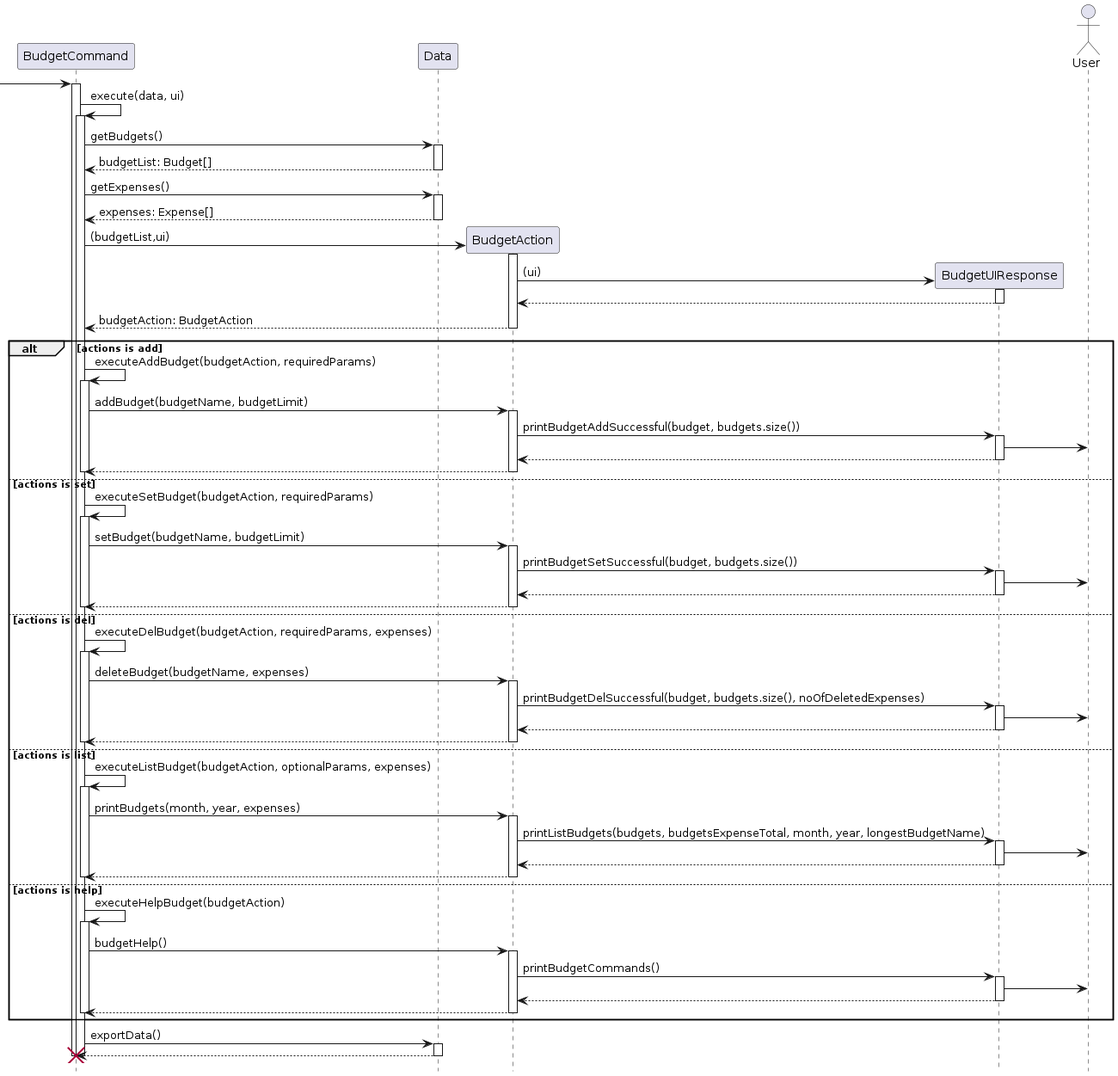
Before: docs/images/BudgetCommandSequence.png, a diagram exported from PlantUML (stephenkyang/tp).
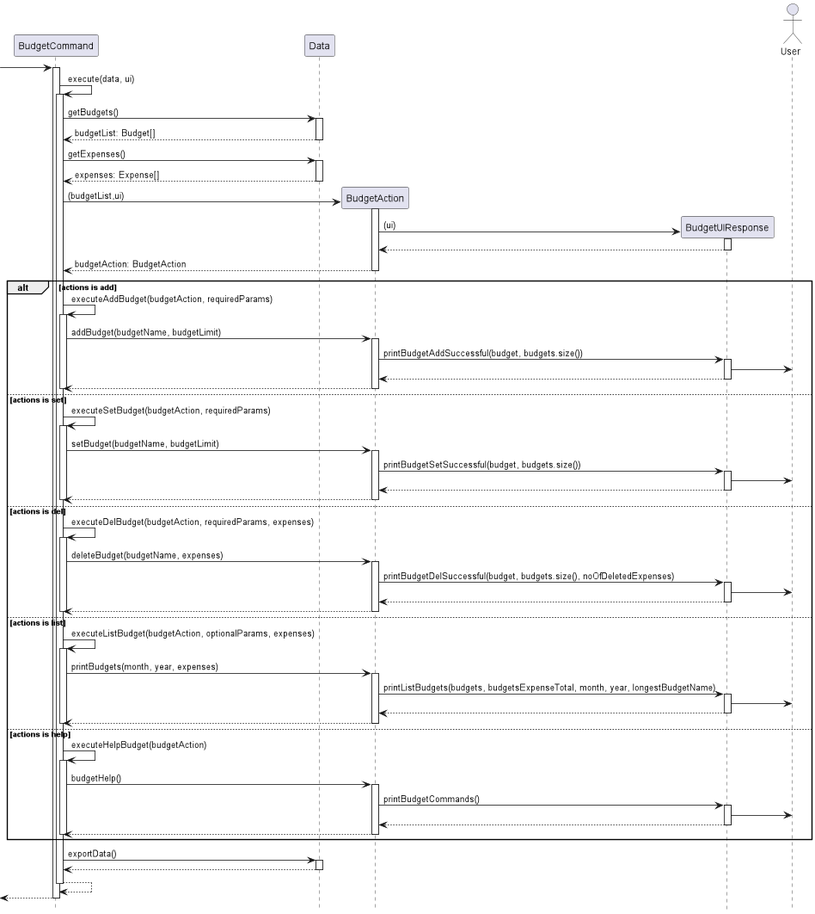
After the change.

Commit message:
fix sequence diagrams

What changed in the source:
```diff
@@ -1,5 +1,4 @@
 @startuml
-
 hide footbox
 
 participant BudgetCommand
@@ -105,8 +104,13 @@
 activate "Data"
 return
 deactivate "Data"
-
-destroy "BudgetCommand"
+"BudgetCommand" --> "BudgetCommand"
 deactivate "BudgetCommand"
 
+
+
+<-- "BudgetCommand"
+deactivate "BudgetCommand"
+
+
 @enduml
```
